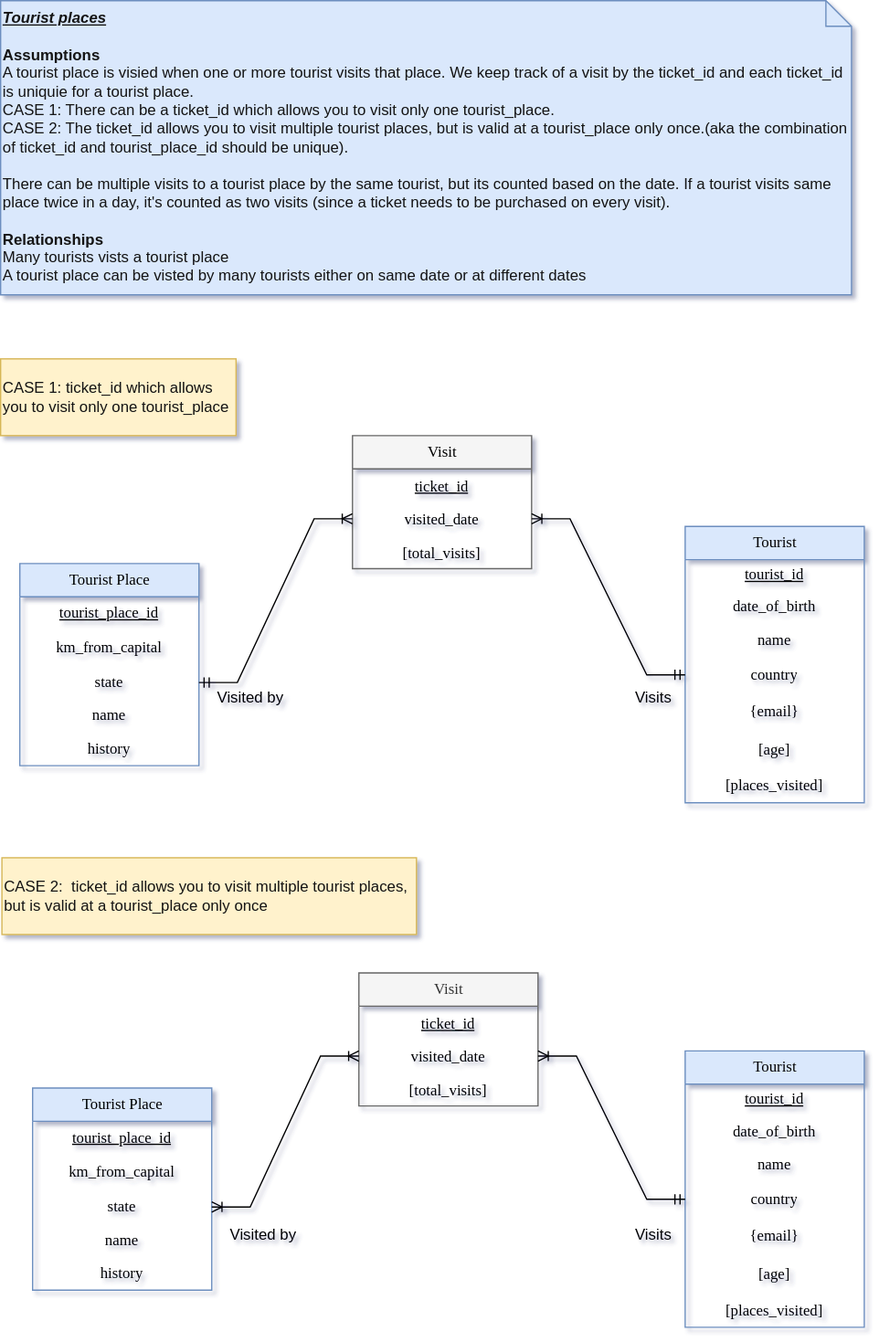
supriya-kotturu/entity-relationship-diagrams keeps this draw.io diagram as Tourism.drawio.svg. Above is the earlier version. Source tidied: cells renumbered, new cells last; positions are measured from the earlier drawing's top-left corner, leaving out a move shared by most shapes.
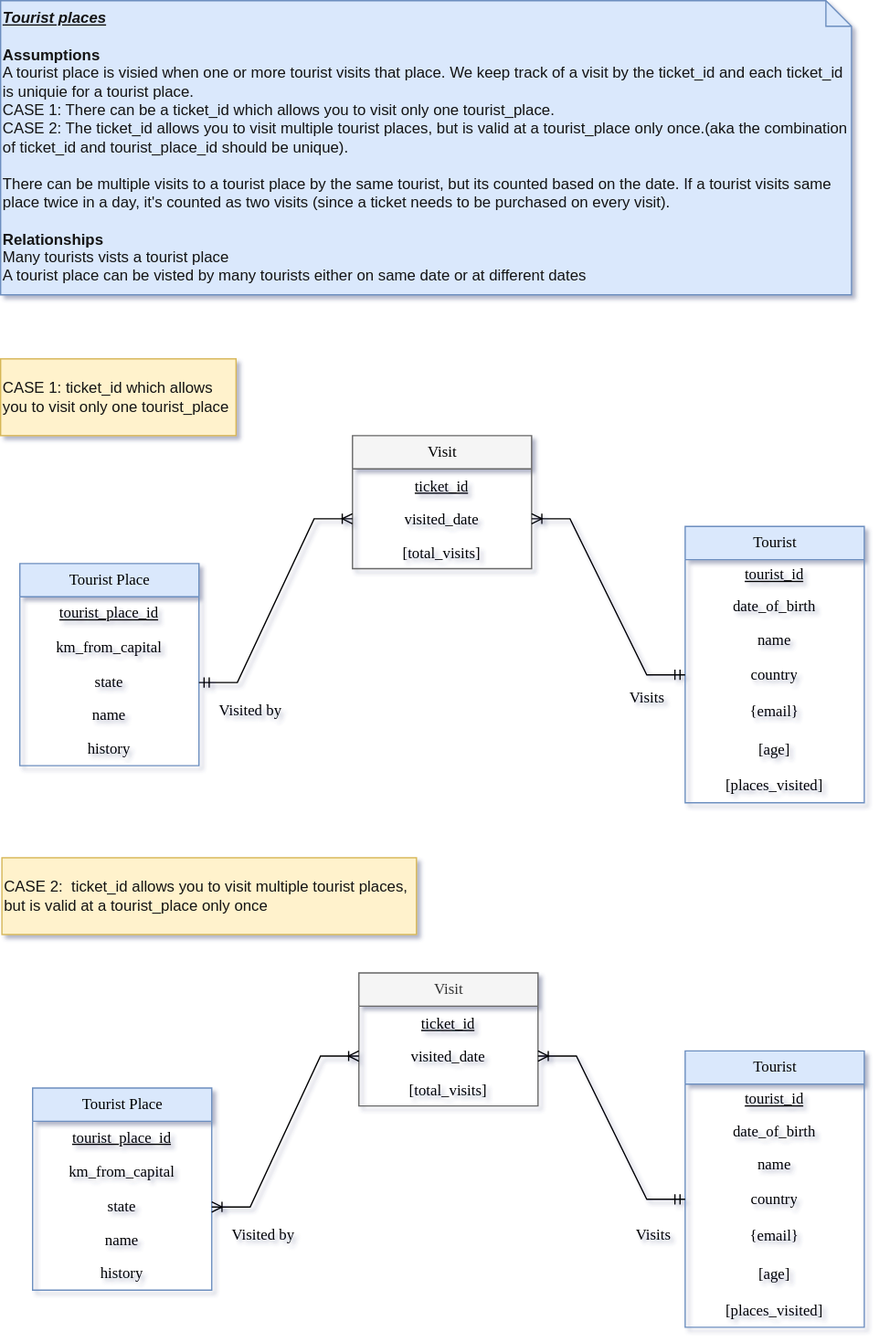
The same file after the commit.

What changed in the source:
```diff
@@ -59,10 +59,10 @@
     <mxCell id="20" value="[total_visits]" style="text;strokeColor=none;fillColor=none;align=center;verticalAlign=top;spacingLeft=4;spacingRight=4;overflow=hidden;whiteSpace=wrap;html=1;labelBackgroundColor=none;fontFamily=Verdana;fontColor=#000000;" parent="17" vertex="1">
       <mxGeometry y="78" width="140" height="26" as="geometry" />
     </mxCell>
-    <mxCell id="21" style="edgeStyle=entityRelationEdgeStyle;fontSize=12;html=1;endArrow=ERoneToMany;startArrow=ERmandOne;rounded=0;exitX=0;exitY=0.5;exitDx=0;exitDy=0;entryX=1;entryY=0.5;entryDx=0;entryDy=0;" parent="1" edge="1" source="13" target="19">
+    <mxCell id="21" style="edgeStyle=entityRelationEdgeStyle;fontSize=12;html=1;endArrow=ERoneToMany;startArrow=ERmandOne;rounded=0;exitX=0;exitY=0.5;exitDx=0;exitDy=0;entryX=1;entryY=0.5;entryDx=0;entryDy=0;fontFamily=Verdana;" parent="1" edge="1" source="13" target="19">
       <mxGeometry relative="1" as="geometry" />
     </mxCell>
-    <mxCell id="22" style="edgeStyle=entityRelationEdgeStyle;fontSize=12;html=1;endArrow=ERoneToMany;startArrow=ERmandOne;rounded=0;exitX=1;exitY=0.5;exitDx=0;exitDy=0;entryX=0;entryY=0.5;entryDx=0;entryDy=0;" parent="1" edge="1" source="6" target="19">
+    <mxCell id="22" style="edgeStyle=entityRelationEdgeStyle;fontSize=12;html=1;endArrow=ERoneToMany;startArrow=ERmandOne;rounded=0;exitX=1;exitY=0.5;exitDx=0;exitDy=0;entryX=0;entryY=0.5;entryDx=0;entryDy=0;fontFamily=Verdana;" parent="1" edge="1" source="6" target="19">
       <mxGeometry relative="1" as="geometry" />
     </mxCell>
     <mxCell id="23" value="&lt;br&gt;&lt;span style=&quot;color: rgb(18, 18, 18); font-family: Helvetica; font-size: 12px; font-style: normal; font-variant-ligatures: normal; font-variant-caps: normal; font-weight: 400; letter-spacing: normal; orphans: 2; text-indent: 0px; text-transform: none; widows: 2; word-spacing: 0px; -webkit-text-stroke-width: 0px; white-space: normal; text-decoration-thickness: initial; text-decoration-style: initial; text-decoration-color: initial; float: none; display: inline !important;&quot;&gt;&lt;span&gt;CASE 1:&amp;nbsp;&lt;/span&gt;ticket_id which allows you to visit only one tourist_place&lt;/span&gt;&lt;div&gt;&lt;br&gt;&lt;/div&gt;" style="whiteSpace=wrap;html=1;align=left;fillColor=#fff2cc;strokeColor=#d6b656;" parent="1" vertex="1">
@@ -125,22 +125,22 @@
     <mxCell id="42" value="[total_visits]" style="text;strokeColor=none;fillColor=none;align=center;verticalAlign=top;spacingLeft=4;spacingRight=4;overflow=hidden;whiteSpace=wrap;html=1;labelBackgroundColor=none;fontFamily=Verdana;fontColor=#000000;" parent="39" vertex="1">
       <mxGeometry y="78" width="140" height="26" as="geometry" />
     </mxCell>
-    <mxCell id="43" style="edgeStyle=entityRelationEdgeStyle;fontSize=12;html=1;endArrow=ERoneToMany;startArrow=ERmandOne;rounded=0;exitX=0;exitY=0.5;exitDx=0;exitDy=0;entryX=1;entryY=0.5;entryDx=0;entryDy=0;" parent="1" edge="1" source="35" target="41">
+    <mxCell id="43" style="edgeStyle=entityRelationEdgeStyle;fontSize=12;html=1;endArrow=ERoneToMany;startArrow=ERmandOne;rounded=0;exitX=0;exitY=0.5;exitDx=0;exitDy=0;entryX=1;entryY=0.5;entryDx=0;entryDy=0;fontFamily=Verdana;" parent="1" edge="1" source="35" target="41">
       <mxGeometry relative="1" as="geometry" />
     </mxCell>
-    <mxCell id="44" style="edgeStyle=entityRelationEdgeStyle;fontSize=12;html=1;endArrow=ERoneToMany;startArrow=ERoneToMany;rounded=0;exitX=1;exitY=0.5;exitDx=0;exitDy=0;entryX=0;entryY=0.5;entryDx=0;entryDy=0;" parent="1" edge="1" source="28" target="41">
+    <mxCell id="44" style="edgeStyle=entityRelationEdgeStyle;fontSize=12;html=1;endArrow=ERoneToMany;startArrow=ERoneToMany;rounded=0;exitX=1;exitY=0.5;exitDx=0;exitDy=0;entryX=0;entryY=0.5;entryDx=0;entryDy=0;fontFamily=Verdana;" parent="1" edge="1" source="28" target="41">
       <mxGeometry relative="1" as="geometry" />
     </mxCell>
-    <mxCell id="45" value="Visits" style="text;html=1;align=center;verticalAlign=middle;strokeColor=none;fillColor=none;" parent="1" vertex="1">
-      <mxGeometry x="485" y="530" width="50" height="30" as="geometry" />
+    <mxCell id="45" value="Visits" style="text;html=1;align=center;verticalAlign=middle;strokeColor=none;fillColor=none;fontFamily=Verdana;" parent="1" vertex="1">
+      <mxGeometry x="475" y="530" width="60" height="30" as="geometry" />
     </mxCell>
-    <mxCell id="46" value="Visited by" style="text;html=1;align=center;verticalAlign=middle;strokeColor=none;fillColor=none;" parent="1" vertex="1">
-      <mxGeometry x="155" y="530" width="80" height="30" as="geometry" />
+    <mxCell id="46" value="Visited by" style="text;html=1;align=center;verticalAlign=middle;strokeColor=none;fillColor=none;fontFamily=Verdana;" parent="1" vertex="1">
+      <mxGeometry x="155" y="540" width="80" height="30" as="geometry" />
     </mxCell>
-    <mxCell id="47" value="Visits" style="text;html=1;align=center;verticalAlign=middle;strokeColor=none;fillColor=none;" parent="1" vertex="1">
-      <mxGeometry x="485" y="950" width="50" height="30" as="geometry" />
+    <mxCell id="47" value="Visits" style="text;html=1;align=center;verticalAlign=middle;strokeColor=none;fillColor=none;fontFamily=Verdana;" parent="1" vertex="1">
+      <mxGeometry x="480" y="950" width="60" height="30" as="geometry" />
     </mxCell>
-    <mxCell id="48" value="Visited by" style="text;html=1;align=center;verticalAlign=middle;strokeColor=none;fillColor=none;" parent="1" vertex="1">
+    <mxCell id="48" value="Visited by" style="text;html=1;align=center;verticalAlign=middle;strokeColor=none;fillColor=none;fontFamily=Verdana;" parent="1" vertex="1">
       <mxGeometry x="165" y="950" width="80" height="30" as="geometry" />
     </mxCell>
   </root>
```
